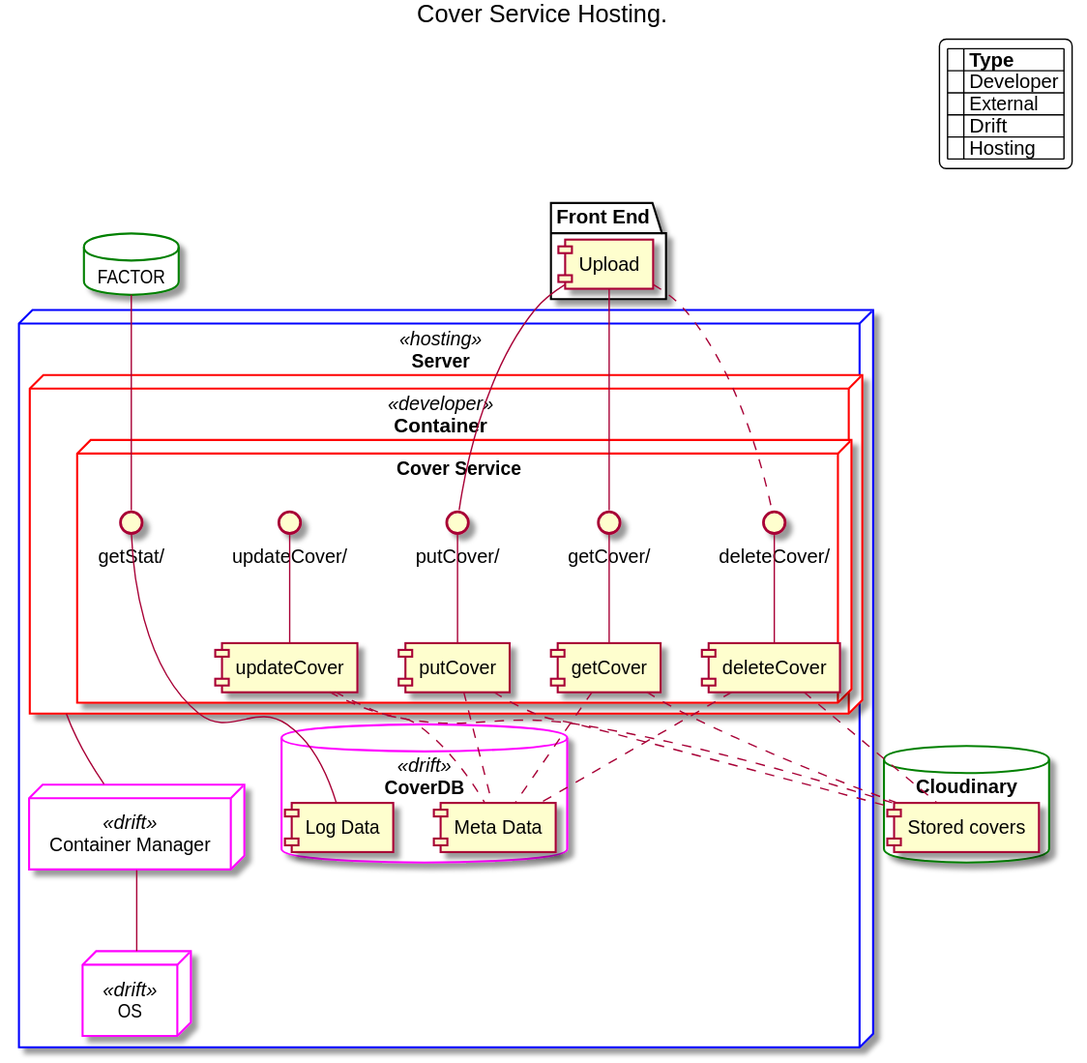
Above: docs/hosting/coverservicehosting.svg in danskernesdigitalebibliotek/plantuml (PlantUML), before the change.
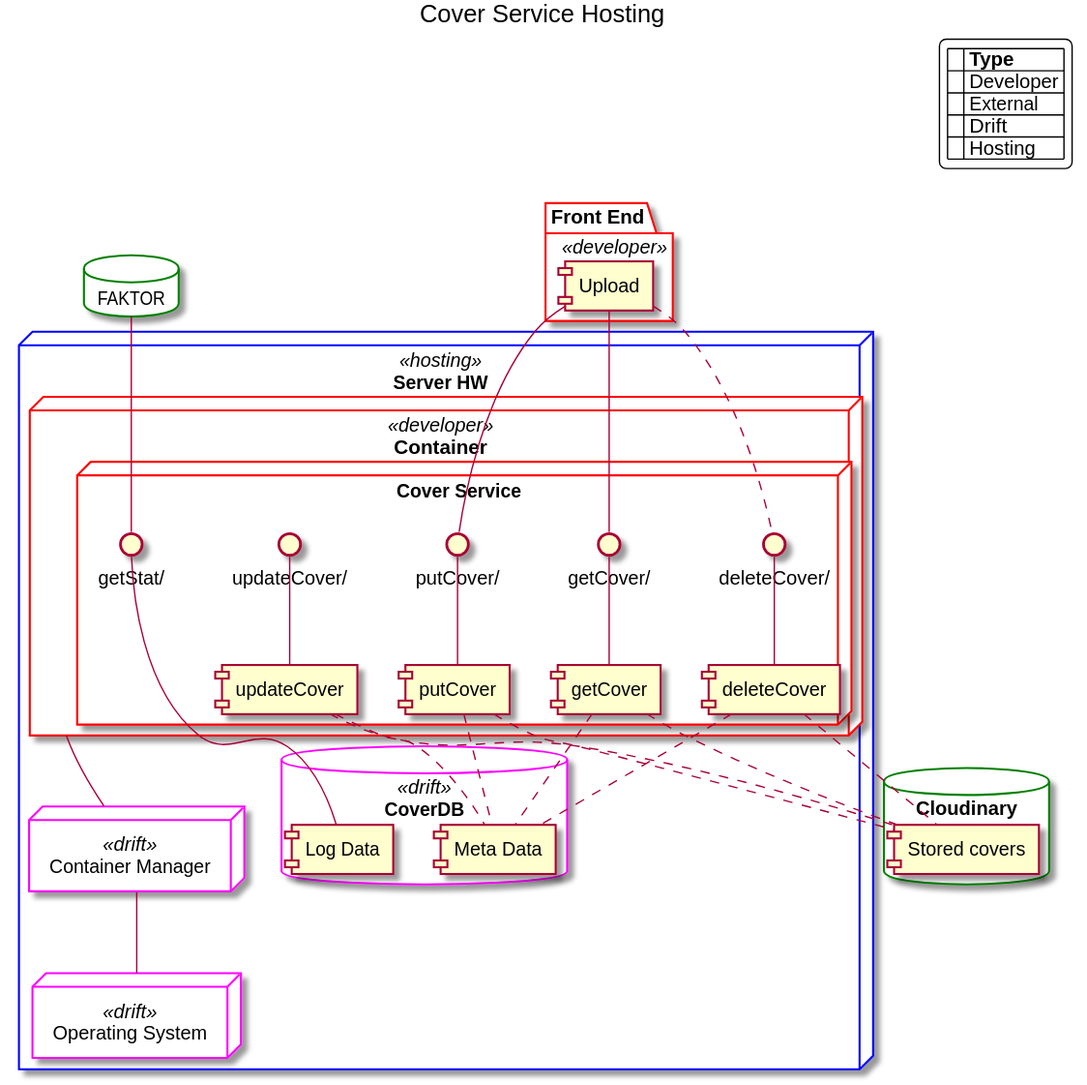
After the commit.

The edit, as a diff of the source:
```diff
@@ -1,6 +1,6 @@
 @startuml
 
-title Cover Service Hosting.
+title Cover Service Hosting
 
 skinparam LegendBackgroundColor White
 
@@ -9,6 +9,10 @@
 	borderColor<<hosting>> Blue
 	borderColor Red
 
+}
+
+skinparam package {
+	borderColor<<developer>> Red
 }
 
 skinparam database {
@@ -21,20 +25,20 @@
 
 legend top right
 |= |= Type |
-|<back:Red>   </back>| Developer |
+|<back:#FF0000>   </back>| Developer |
 |<back:Green>   </back>| External |
 |<back:Magenta>   </back>| Drift |
 |<back:Blue>   </back>| Hosting |
 endlegend
 
-package "Front End" {
+package "Front End" <<developer>> {
     component [Upload] as GUI
 }
 
-database "FACTOR" {
+database "FAKTOR" {
 }
 
-node "Server"  <<hosting>> {
+node "Server HW"  <<hosting>> as Server {
     node "Container" <<developer>> {
         node "Cover Service" as CS {
             [getCover]
@@ -59,7 +63,7 @@
         [Log Data]
     }
 
-    node "OS"  <<drift>> {
+    node "Operating System"  <<drift>> as OS {
 
     }
 
@@ -82,7 +86,7 @@
 PUT -- [putCover]
 DELETE -- [deleteCover]
 UPDATE -- [updateCover]
-FACTOR -- GETS
+FAKTOR -- GETS
 GETS -- [Log Data]
 
 [getCover] .. [Meta Data]
```
